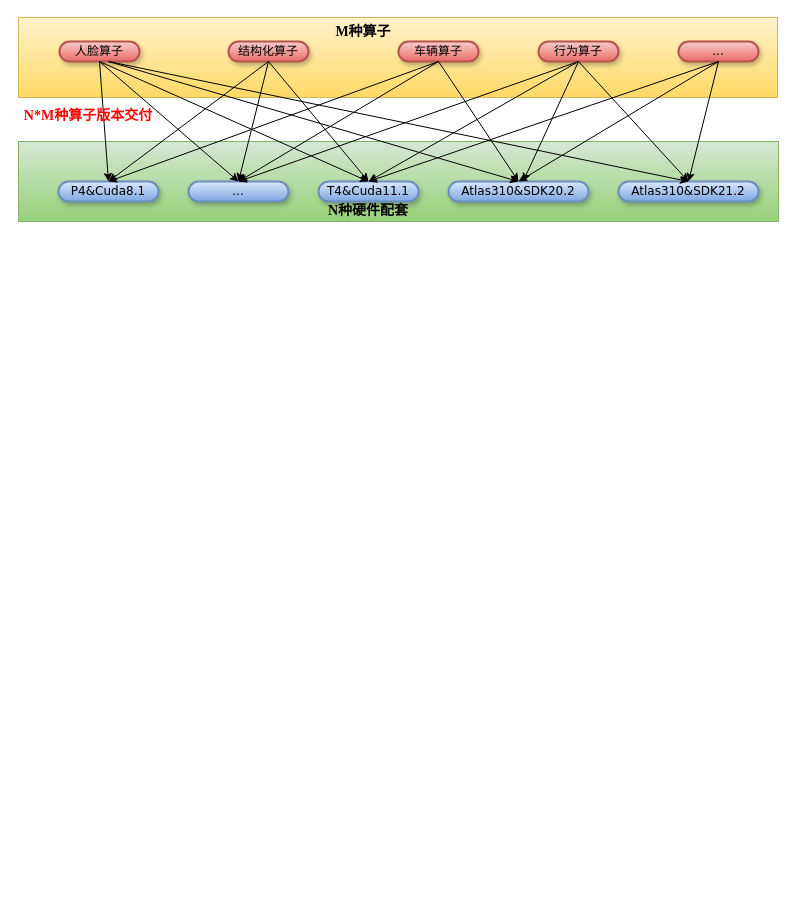
The draw.io diagram zhuanxiang_1.drawio in snowolfhawk/ceph-scripts, before the edit. Source tidied: cells renumbered, new cells numbered last; positions are measured from the earlier drawing's top-left corner, leaving out a move shared by most shapes. Both pictures are drawn from the tidied source at 100%, with x=0, y=0 at pixel (18, 17).
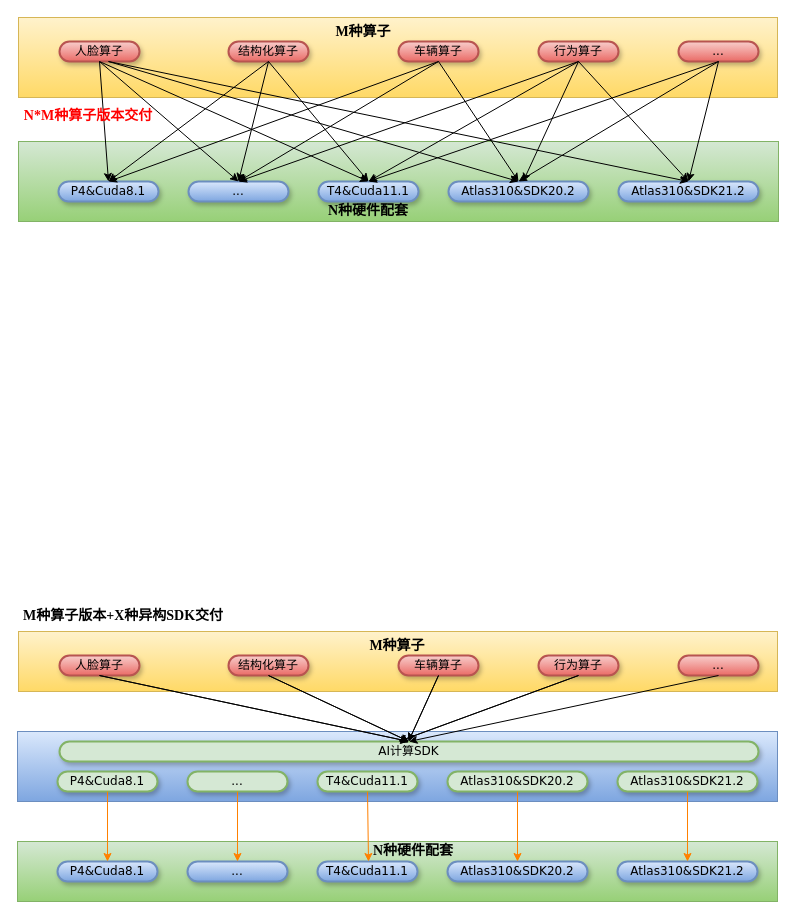
The same page after the edit.

Diff of the diagram source:
```diff
@@
+    <mxCell id="36" style="rounded=0;whiteSpace=wrap;html=1;fillColor=#fff2cc;strokeColor=#d6b656;gradientColor=#ffd966;" parent="1" vertex="1">
+      <mxGeometry y="614" width="759" height="60" as="geometry" />
+    </mxCell>
+    <mxCell id="37" style="rounded=0;whiteSpace=wrap;html=1;fillColor=#d5e8d4;strokeColor=#82b366;gradientColor=#97d077;" parent="1" vertex="1">
+      <mxGeometry x="-1" y="824" width="760" height="60" as="geometry" />
+    </mxCell>
+    <mxCell id="38" value="人脸算子" style="whiteSpace=wrap;html=1;rounded=1;shadow=1;comic=0;labelBackgroundColor=none;strokeWidth=2;fontFamily=Verdana;fontSize=12;align=center;arcSize=50;fillColor=#f8cecc;gradientColor=#ea6b66;strokeColor=#b85450;" parent="1" vertex="1">
+      <mxGeometry x="41" y="638" width="80" height="20" as="geometry" />
+    </mxCell>
+    <mxCell id="39" value="结构化算子" style="whiteSpace=wrap;html=1;rounded=1;shadow=1;comic=0;labelBackgroundColor=none;strokeWidth=2;fontFamily=Verdana;fontSize=12;align=center;arcSize=50;fillColor=#f8cecc;gradientColor=#ea6b66;strokeColor=#b85450;" parent="1" vertex="1">
+      <mxGeometry x="210" y="638" width="80" height="20" as="geometry" />
+    </mxCell>
+    <mxCell id="40" value="车辆算子" style="whiteSpace=wrap;html=1;rounded=1;shadow=1;comic=0;labelBackgroundColor=none;strokeWidth=2;fontFamily=Verdana;fontSize=12;align=center;arcSize=50;fillColor=#f8cecc;gradientColor=#ea6b66;strokeColor=#b85450;" parent="1" vertex="1">
+      <mxGeometry x="380" y="638" width="80" height="20" as="geometry" />
+    </mxCell>
+    <mxCell id="41" value="行为算子" style="whiteSpace=wrap;html=1;rounded=1;shadow=1;comic=0;labelBackgroundColor=none;strokeWidth=2;fontFamily=Verdana;fontSize=12;align=center;arcSize=50;fillColor=#f8cecc;gradientColor=#ea6b66;strokeColor=#b85450;" parent="1" vertex="1">
+      <mxGeometry x="520" y="638" width="80" height="20" as="geometry" />
+    </mxCell>
+    <mxCell id="42" value="..." style="whiteSpace=wrap;html=1;rounded=1;shadow=1;comic=0;labelBackgroundColor=none;strokeWidth=2;fontFamily=Verdana;fontSize=12;align=center;arcSize=50;fillColor=#f8cecc;gradientColor=#ea6b66;strokeColor=#b85450;" parent="1" vertex="1">
+      <mxGeometry x="660" y="638" width="80" height="20" as="geometry" />
+    </mxCell>
+    <mxCell id="43" value="P4&amp;amp;Cuda8.1" style="whiteSpace=wrap;html=1;rounded=1;shadow=1;comic=0;labelBackgroundColor=none;strokeWidth=2;fontFamily=Verdana;fontSize=12;align=center;arcSize=50;fillColor=#dae8fc;gradientColor=#7ea6e0;strokeColor=#6c8ebf;" parent="1" vertex="1">
+      <mxGeometry x="39" y="844" width="100" height="20" as="geometry" />
+    </mxCell>
+    <mxCell id="44" value="..." style="whiteSpace=wrap;html=1;rounded=1;shadow=1;comic=0;labelBackgroundColor=none;strokeWidth=2;fontFamily=Verdana;fontSize=12;align=center;arcSize=50;fillColor=#dae8fc;gradientColor=#7ea6e0;strokeColor=#6c8ebf;" parent="1" vertex="1">
+      <mxGeometry x="169" y="844" width="100" height="20" as="geometry" />
+    </mxCell>
+    <mxCell id="45" value="T4&amp;amp;Cuda11.1" style="whiteSpace=wrap;html=1;rounded=1;shadow=1;comic=0;labelBackgroundColor=none;strokeWidth=2;fontFamily=Verdana;fontSize=12;align=center;arcSize=50;fillColor=#dae8fc;gradientColor=#7ea6e0;strokeColor=#6c8ebf;" parent="1" vertex="1">
+      <mxGeometry x="299" y="844" width="100" height="20" as="geometry" />
+    </mxCell>
+    <mxCell id="46" value="Atlas310&amp;amp;SDK20.2" style="whiteSpace=wrap;html=1;rounded=1;shadow=1;comic=0;labelBackgroundColor=none;strokeWidth=2;fontFamily=Verdana;fontSize=12;align=center;arcSize=50;fillColor=#dae8fc;gradientColor=#7ea6e0;strokeColor=#6c8ebf;" parent="1" vertex="1">
+      <mxGeometry x="429" y="844" width="140" height="20" as="geometry" />
+    </mxCell>
+    <mxCell id="47" value="Atlas310&amp;amp;SDK21.2" style="whiteSpace=wrap;html=1;rounded=1;shadow=1;comic=0;labelBackgroundColor=none;strokeWidth=2;fontFamily=Verdana;fontSize=12;align=center;arcSize=50;fillColor=#dae8fc;gradientColor=#7ea6e0;strokeColor=#6c8ebf;" parent="1" vertex="1">
+      <mxGeometry x="599" y="844" width="140" height="20" as="geometry" />
+    </mxCell>
+    <mxCell id="48" value="&lt;font face=&quot;Times New Roman&quot; style=&quot;font-size: 14px&quot;&gt;&lt;b&gt;M种算子&lt;/b&gt;&lt;/font&gt;" style="text;html=1;strokeColor=none;fillColor=none;align=center;verticalAlign=middle;whiteSpace=wrap;rounded=0;" parent="1" vertex="1">
+      <mxGeometry x="349" y="614" width="60" height="30" as="geometry" />
+    </mxCell>
+    <mxCell id="49" value="&lt;font face=&quot;Times New Roman&quot; style=&quot;font-size: 14px&quot;&gt;&lt;b&gt;N种硬件配套&lt;/b&gt;&lt;/font&gt;" style="text;html=1;strokeColor=none;fillColor=none;align=center;verticalAlign=middle;whiteSpace=wrap;rounded=0;" parent="1" vertex="1">
+      <mxGeometry x="350" y="824" width="90" height="20" as="geometry" />
+    </mxCell>
+    <mxCell id="50" value="&lt;b&gt;&lt;font color=&quot;#000000&quot;&gt;M种算子版本+X种异构SDK交付&lt;/font&gt;&lt;/b&gt;" style="text;html=1;strokeColor=none;fillColor=none;align=center;verticalAlign=middle;whiteSpace=wrap;rounded=0;fontFamily=Times New Roman;fontSize=14;fontColor=#0000FF;" parent="1" vertex="1">
+      <mxGeometry y="584" width="210" height="30" as="geometry" />
+    </mxCell>
+    <mxCell id="51" style="rounded=0;whiteSpace=wrap;html=1;fillColor=#dae8fc;strokeColor=#6c8ebf;gradientColor=#7ea6e0;" parent="1" vertex="1">
+      <mxGeometry x="-1" y="714" width="760" height="70" as="geometry" />
+    </mxCell>
+    <mxCell id="52" value="P4&amp;amp;Cuda8.1" style="whiteSpace=wrap;html=1;rounded=1;shadow=1;comic=0;labelBackgroundColor=none;strokeWidth=2;fontFamily=Verdana;fontSize=12;align=center;arcSize=50;fillColor=#d5e8d4;strokeColor=#82b366;" parent="1" vertex="1">
+      <mxGeometry x="39" y="754" width="100" height="20" as="geometry" />
+    </mxCell>
+    <mxCell id="53" value="..." style="whiteSpace=wrap;html=1;rounded=1;shadow=1;comic=0;labelBackgroundColor=none;strokeWidth=2;fontFamily=Verdana;fontSize=12;align=center;arcSize=50;fillColor=#d5e8d4;strokeColor=#82b366;" parent="1" vertex="1">
+      <mxGeometry x="169" y="754" width="100" height="20" as="geometry" />
+    </mxCell>
+    <mxCell id="54" value="T4&amp;amp;Cuda11.1" style="whiteSpace=wrap;html=1;rounded=1;shadow=1;comic=0;labelBackgroundColor=none;strokeWidth=2;fontFamily=Verdana;fontSize=12;align=center;arcSize=50;fillColor=#d5e8d4;strokeColor=#82b366;" parent="1" vertex="1">
+      <mxGeometry x="299" y="754" width="100" height="20" as="geometry" />
+    </mxCell>
+    <mxCell id="55" value="Atlas310&amp;amp;SDK20.2" style="whiteSpace=wrap;html=1;rounded=1;shadow=1;comic=0;labelBackgroundColor=none;strokeWidth=2;fontFamily=Verdana;fontSize=12;align=center;arcSize=50;fillColor=#d5e8d4;strokeColor=#82b366;" parent="1" vertex="1">
+      <mxGeometry x="429" y="754" width="140" height="20" as="geometry" />
+    </mxCell>
+    <mxCell id="56" value="Atlas310&amp;amp;SDK21.2" style="whiteSpace=wrap;html=1;rounded=1;shadow=1;comic=0;labelBackgroundColor=none;strokeWidth=2;fontFamily=Verdana;fontSize=12;align=center;arcSize=50;fillColor=#d5e8d4;strokeColor=#82b366;" parent="1" vertex="1">
+      <mxGeometry x="599" y="754" width="140" height="20" as="geometry" />
+    </mxCell>
+    <mxCell id="57" value="AI计算SDK" style="whiteSpace=wrap;html=1;rounded=1;shadow=1;comic=0;labelBackgroundColor=none;strokeWidth=2;fontFamily=Verdana;fontSize=12;align=center;arcSize=50;fillColor=#d5e8d4;strokeColor=#82b366;" parent="1" vertex="1">
+      <mxGeometry x="41" y="724" width="699" height="20" as="geometry" />
+    </mxCell>
+    <mxCell id="58" style="endArrow=classic;html=1;rounded=0;fontFamily=Times New Roman;fontSize=14;fontColor=#FF0000;exitX=0.5;exitY=1;exitDx=0;exitDy=0;entryX=0.5;entryY=0;entryDx=0;entryDy=0;" parent="1" edge="1" source="38" target="57">
+      <mxGeometry relative="1" as="geometry" />
+    </mxCell>
+    <mxCell id="59" style="endArrow=classic;html=1;rounded=0;fontFamily=Times New Roman;fontSize=14;fontColor=#FF0000;exitX=0.5;exitY=1;exitDx=0;exitDy=0;entryX=0.5;entryY=0;entryDx=0;entryDy=0;" parent="1" edge="1" source="39" target="57">
+      <mxGeometry relative="1" as="geometry" />
+    </mxCell>
+    <mxCell id="60" style="endArrow=classic;html=1;rounded=0;fontFamily=Times New Roman;fontSize=14;fontColor=#FF0000;exitX=0.5;exitY=1;exitDx=0;exitDy=0;" parent="1" edge="1" source="40">
+      <mxGeometry relative="1" as="geometry">
+        <mxPoint x="390" y="724" as="targetPoint" />
+      </mxGeometry>
+    </mxCell>
+    <mxCell id="61" style="endArrow=classic;html=1;rounded=0;fontFamily=Times New Roman;fontSize=14;fontColor=#FF0000;exitX=0.5;exitY=1;exitDx=0;exitDy=0;" parent="1" edge="1" source="41">
+      <mxGeometry relative="1" as="geometry">
+        <mxPoint x="380" y="724" as="targetPoint" />
+      </mxGeometry>
+    </mxCell>
+    <mxCell id="62" style="endArrow=classic;html=1;rounded=0;fontFamily=Times New Roman;fontSize=14;fontColor=#FF0000;exitX=0.5;exitY=1;exitDx=0;exitDy=0;entryX=0.5;entryY=0;entryDx=0;entryDy=0;" parent="1" edge="1" source="42" target="57">
+      <mxGeometry relative="1" as="geometry" />
+    </mxCell>
+    <mxCell id="63" style="endArrow=classic;html=1;rounded=0;fontFamily=Times New Roman;fontSize=14;fontColor=#FF0000;exitX=0.5;exitY=1;exitDx=0;exitDy=0;entryX=0.5;entryY=0;entryDx=0;entryDy=0;strokeColor=#FF8000;" parent="1" edge="1" source="52" target="43">
+      <mxGeometry relative="1" as="geometry" />
+    </mxCell>
+    <mxCell id="64" style="endArrow=classic;html=1;rounded=0;fontFamily=Times New Roman;fontSize=14;fontColor=#FF0000;exitX=0.5;exitY=1;exitDx=0;exitDy=0;strokeColor=#FF8000;" parent="1" edge="1" source="53" target="44">
+      <mxGeometry relative="1" as="geometry" />
+    </mxCell>
+    <mxCell id="65" style="endArrow=classic;html=1;rounded=0;fontFamily=Times New Roman;fontSize=14;fontColor=#FF0000;exitX=0.5;exitY=1;exitDx=0;exitDy=0;entryX=0;entryY=1;entryDx=0;entryDy=0;strokeColor=#FF8000;" parent="1" edge="1" source="54" target="49">
+      <mxGeometry relative="1" as="geometry" />
+    </mxCell>
+    <mxCell id="66" style="endArrow=classic;html=1;rounded=0;fontFamily=Times New Roman;fontSize=14;fontColor=#FF0000;exitX=0.5;exitY=1;exitDx=0;exitDy=0;entryX=0.5;entryY=0;entryDx=0;entryDy=0;strokeColor=#FF8000;" parent="1" edge="1" source="55" target="46">
+      <mxGeometry relative="1" as="geometry" />
+    </mxCell>
+    <mxCell id="67" style="endArrow=classic;html=1;rounded=0;fontFamily=Times New Roman;fontSize=14;fontColor=#FF0000;exitX=0.5;exitY=1;exitDx=0;exitDy=0;entryX=0.5;entryY=0;entryDx=0;entryDy=0;strokeColor=#FF8000;" parent="1" edge="1" source="56" target="47">
+      <mxGeometry relative="1" as="geometry" />
+    </mxCell>
+    <mxCell id="68" style="endArrow=classic;html=1;rounded=0;fontFamily=Times New Roman;fontSize=14;fontColor=#FF0000;exitX=0.5;exitY=1;exitDx=0;exitDy=0;entryX=0.5;entryY=0;entryDx=0;entryDy=0;" parent="1" edge="1">
+      <mxGeometry relative="1" as="geometry">
+        <mxPoint x="81" y="658" as="sourcePoint" />
+        <mxPoint x="390.5" y="724" as="targetPoint" />
+      </mxGeometry>
+    </mxCell>
+    <mxCell id="69" style="endArrow=classic;html=1;rounded=0;fontFamily=Times New Roman;fontSize=14;fontColor=#FF0000;exitX=0.5;exitY=1;exitDx=0;exitDy=0;entryX=0.5;entryY=0;entryDx=0;entryDy=0;" parent="1" edge="1">
+      <mxGeometry relative="1" as="geometry">
+        <mxPoint x="250" y="658" as="sourcePoint" />
+        <mxPoint x="390.5" y="724" as="targetPoint" />
+      </mxGeometry>
+    </mxCell>
+    <mxCell id="70" style="endArrow=classic;html=1;rounded=0;fontFamily=Times New Roman;fontSize=14;fontColor=#FF0000;exitX=0.5;exitY=1;exitDx=0;exitDy=0;" parent="1" edge="1">
+      <mxGeometry relative="1" as="geometry">
+        <mxPoint x="420" y="658" as="sourcePoint" />
+        <mxPoint x="390" y="724" as="targetPoint" />
+      </mxGeometry>
+    </mxCell>
+    <mxCell id="71" style="endArrow=classic;html=1;rounded=0;fontFamily=Times New Roman;fontSize=14;fontColor=#FF0000;exitX=0.5;exitY=1;exitDx=0;exitDy=0;" parent="1" edge="1">
+      <mxGeometry relative="1" as="geometry">
+        <mxPoint x="560" y="658" as="sourcePoint" />
+        <mxPoint x="380" y="724" as="targetPoint" />
+      </mxGeometry>
+    </mxCell>
```
